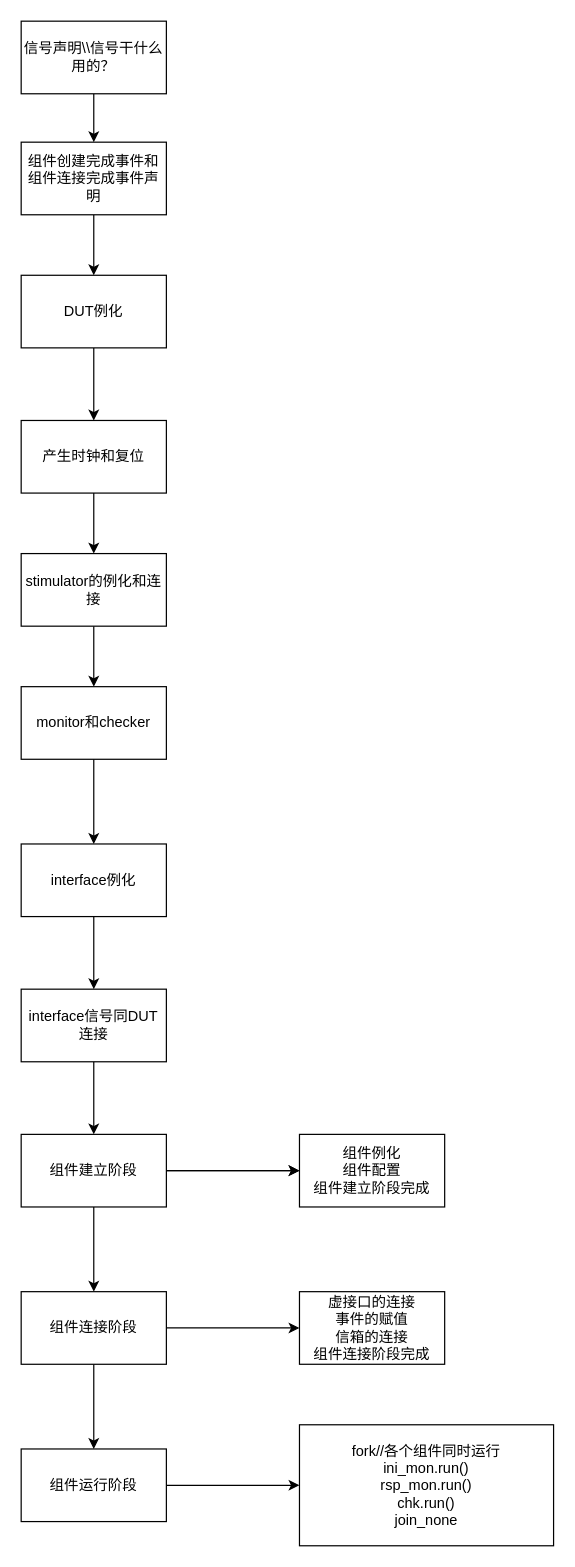
Above: 验证环境运行逻辑.drawio in ghr12345/firsttest (draw.io), before the change. Source tidied: cells renumbered, new cells numbered last; positions are measured from the earlier drawing's top-left corner, leaving out a move shared by most shapes. Both pictures are drawn from the tidied source at 121%, with x=0, y=0 at pixel (21, 21).
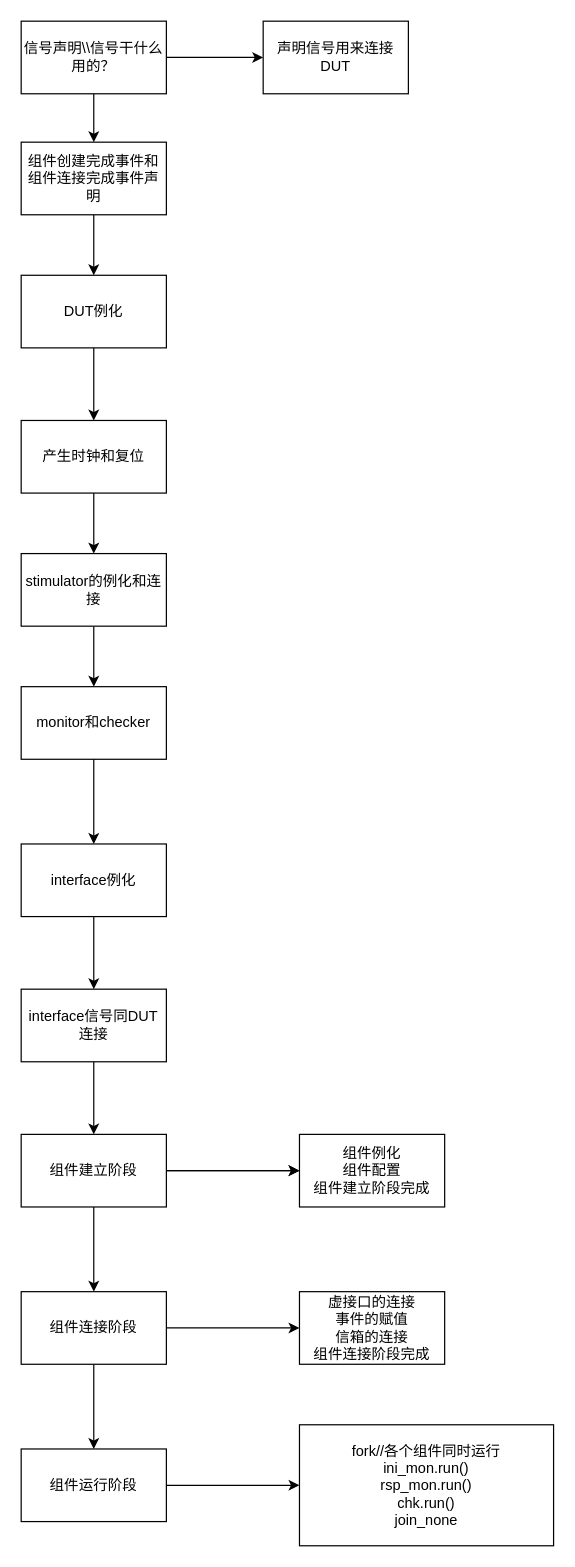
Above is the later version.

Commit message (it also covers changes not shown here):
更新验证环境运行逻辑.drawio

The change refers to these unchanged cells:
```xml
<mxCell id="3" value="信号声明\\信号干什么用的？" style="rounded=0;whiteSpace=wrap;html=1;" parent="1" vertex="1">
  <mxGeometry width="120" height="60" as="geometry" />
</mxCell>
```

Diff of the diagram source:
```diff
@@
+    <mxCell id="30" style="edgeStyle=orthogonalEdgeStyle;rounded=0;jettySize=auto;html=1;" parent="1" edge="1" source="3" target="31">
+      <mxGeometry relative="1" as="geometry" />
+    </mxCell>
@@
+    <mxCell id="31" value="声明信号用来连接DUT" style="whiteSpace=wrap;html=1;rounded=0;" parent="1" vertex="1">
+      <mxGeometry x="200" width="120" height="60" as="geometry" />
+    </mxCell>
```
